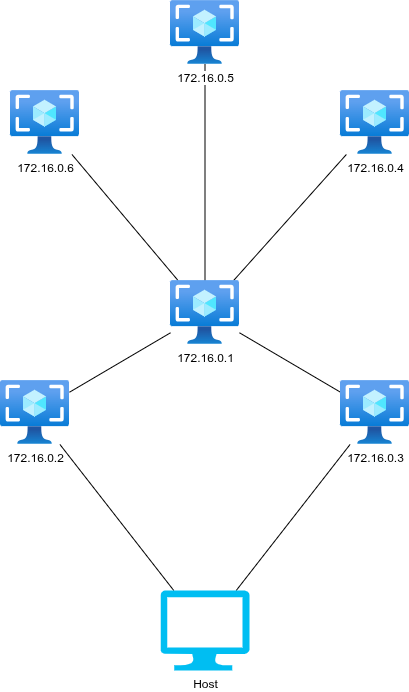
Above: project/container-network.png in ozneroL541/network-security (draw.io), before the change. Source tidied: cells renumbered, new cells last; positions are measured from the earlier drawing's top-left corner, leaving out a move shared by most shapes.
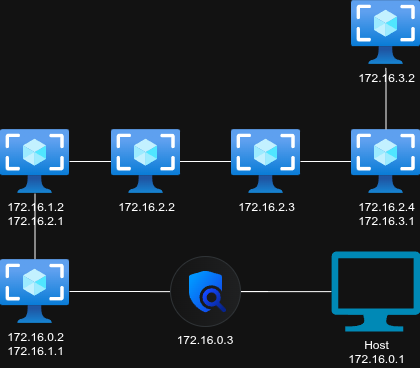
Later version of the same file.

The edit, as a diff of the source:
```diff
@@ -8,41 +8,50 @@
     <mxCell id="3" style="edgeStyle=none;curved=1;rounded=0;jettySize=auto;html=1;fontSize=12;startSize=8;endSize=8;endArrow=none;endFill=0;" parent="1" edge="1" source="5" target="11">
       <mxGeometry relative="1" as="geometry" />
     </mxCell>
-    <mxCell id="4" style="edgeStyle=none;curved=1;rounded=0;jettySize=auto;html=1;fontSize=12;startSize=8;endSize=8;endArrow=none;endFill=0;" parent="1" edge="1" source="5" target="10">
+    <mxCell id="4" style="edgeStyle=none;curved=1;rounded=0;jettySize=auto;html=1;fontSize=12;startSize=8;endSize=8;endArrow=none;endFill=0;" parent="1" edge="1" source="11" target="10">
       <mxGeometry relative="1" as="geometry" />
     </mxCell>
-    <mxCell id="5" value="172.16.0.1" style="image;html=1;points=[];align=center;fontSize=12;image=img/lib/azure2/compute/Images.svg;" parent="1" vertex="1">
-      <mxGeometry x="170" y="280" width="69" height="64" as="geometry" />
+    <mxCell id="5" value="172.16.1.2&lt;div&gt;172.16.2.1&lt;/div&gt;" style="image;html=1;points=[];align=center;fontSize=12;image=img/lib/azure2/compute/Images.svg;" parent="1" vertex="1">
+      <mxGeometry y="250" width="69" height="64" as="geometry" />
     </mxCell>
     <mxCell id="6" style="edgeStyle=none;curved=1;rounded=0;jettySize=auto;html=1;fontSize=12;startSize=8;endSize=8;endArrow=none;endFill=0;" parent="1" edge="1" source="7" target="5">
       <mxGeometry relative="1" as="geometry" />
     </mxCell>
-    <mxCell id="7" value="172.16.0.2" style="image;html=1;points=[];align=center;fontSize=12;image=img/lib/azure2/compute/Images.svg;" parent="1" vertex="1">
+    <mxCell id="7" value="172.16.0.2&lt;div&gt;172.16.1.1&lt;/div&gt;" style="image;html=1;points=[];align=center;fontSize=12;image=img/lib/azure2/compute/Images.svg;" parent="1" vertex="1">
       <mxGeometry y="380" width="69" height="64" as="geometry" />
     </mxCell>
-    <mxCell id="8" style="edgeStyle=none;curved=1;rounded=0;jettySize=auto;html=1;fontSize=12;startSize=8;endSize=8;endArrow=none;endFill=0;" parent="1" edge="1" source="9" target="5">
-      <mxGeometry relative="1" as="geometry" />
-    </mxCell>
+    <mxCell id="10" value="172.16.2.4&lt;div&gt;172.16.3.1&lt;/div&gt;" style="image;html=1;points=[];align=center;fontSize=12;image=img/lib/azure2/compute/Images.svg;" parent="1" vertex="1">
+      <mxGeometry x="351" y="250" width="69" height="64" as="geometry" />
+    </mxCell>
+    <mxCell id="14" style="edgeStyle=orthogonalEdgeStyle;rounded=0;jettySize=auto;html=1;endArrow=none;endFill=0;" parent="1" edge="1" source="15" target="9">
+      <mxGeometry relative="1" as="geometry" />
+    </mxCell>
+    <mxCell id="13" style="edgeStyle=orthogonalEdgeStyle;rounded=0;jettySize=auto;html=1;endArrow=none;endFill=0;" parent="1" edge="1" source="15" target="7">
+      <mxGeometry relative="1" as="geometry" />
+    </mxCell>
+    <mxCell id="15" value="Host&lt;div&gt;172.16.0.1&lt;/div&gt;" style="verticalLabelPosition=bottom;html=1;verticalAlign=top;align=center;strokeColor=none;fillColor=#00BEF2;shape=mxgraph.azure.computer;" parent="1" vertex="1">
+      <mxGeometry x="331" y="372" width="89" height="80.1" as="geometry" />
+    </mxCell>
-    <mxCell id="9" value="172.16.0.3" style="image;html=1;points=[];align=center;fontSize=12;image=img/lib/azure2/compute/Images.svg;" parent="1" vertex="1">
-      <mxGeometry x="340" y="380" width="69" height="64" as="geometry" />
+    <mxCell id="9" value="172.16.0.3" style="shape=mxgraph.sap.icon;labelPosition=center;verticalLabelPosition=bottom;align=center;verticalAlign=top;strokeWidth=1;strokeColor=#D5DADD;fillColor=#EDEFF0;gradientColor=#FCFCFC;gradientDirection=west;SAPIcon=Application_Vulnerability_Report;" parent="1" vertex="1">
+      <mxGeometry x="170" y="377" width="70" height="70" as="geometry" />
     </mxCell>
-    <mxCell id="10" value="172.16.0.4" style="image;html=1;points=[];align=center;fontSize=12;image=img/lib/azure2/compute/Images.svg;" parent="1" vertex="1">
-      <mxGeometry x="340" y="90" width="69" height="64" as="geometry" />
-    </mxCell>
+    <mxCell id="16" style="edgeStyle=none;curved=1;rounded=0;jettySize=auto;html=1;fontSize=12;startSize=8;endSize=8;endArrow=none;endFill=0;" parent="1" edge="1" source="5" target="12">
+      <mxGeometry relative="1" as="geometry" />
+    </mxCell>
+    <mxCell id="12" value="172.16.2.2" style="image;html=1;points=[];align=center;fontSize=12;image=img/lib/azure2/compute/Images.svg;" parent="1" vertex="1">
+      <mxGeometry x="111" y="250" width="69" height="64" as="geometry" />
+    </mxCell>
+    <mxCell id="17" style="edgeStyle=none;curved=1;rounded=0;jettySize=auto;html=1;fontSize=12;startSize=8;endSize=8;endArrow=none;endFill=0;" parent="1" edge="1" source="12" target="11">
+      <mxGeometry relative="1" as="geometry" />
+    </mxCell>
-    <mxCell id="11" value="172.16.0.5" style="image;html=1;points=[];align=center;fontSize=12;image=img/lib/azure2/compute/Images.svg;" parent="1" vertex="1">
-      <mxGeometry x="170" width="69" height="64" as="geometry" />
+    <mxCell id="11" value="172.16.2.3" style="image;html=1;points=[];align=center;fontSize=12;image=img/lib/azure2/compute/Images.svg;" parent="1" vertex="1">
+      <mxGeometry x="231" y="250" width="69" height="64" as="geometry" />
     </mxCell>
-    <mxCell id="12" value="172.16.0.6" style="image;html=1;points=[];align=center;fontSize=12;image=img/lib/azure2/compute/Images.svg;" parent="1" vertex="1">
-      <mxGeometry x="10" y="90" width="69" height="64" as="geometry" />
-    </mxCell>
-    <mxCell id="13" style="edgeStyle=none;curved=1;rounded=0;jettySize=auto;html=1;fontSize=12;startSize=8;endSize=8;endArrow=none;endFill=0;" parent="1" edge="1" source="15" target="7">
-      <mxGeometry relative="1" as="geometry" />
-    </mxCell>
-    <mxCell id="14" style="edgeStyle=none;curved=1;rounded=0;jettySize=auto;html=1;fontSize=12;startSize=8;endSize=8;endArrow=none;endFill=0;" parent="1" edge="1" source="15" target="9">
-      <mxGeometry relative="1" as="geometry" />
-    </mxCell>
-    <mxCell id="15" value="Host" style="verticalLabelPosition=bottom;html=1;verticalAlign=top;align=center;strokeColor=none;fillColor=#00BEF2;shape=mxgraph.azure.computer;" parent="1" vertex="1">
-      <mxGeometry x="160" y="590" width="89" height="80.1" as="geometry" />
-    </mxCell>
+    <mxCell id="18" value="172.16.3.2" style="image;html=1;points=[];align=center;fontSize=12;image=img/lib/azure2/compute/Images.svg;" parent="1" vertex="1">
+      <mxGeometry x="351" y="121" width="69" height="64" as="geometry" />
+    </mxCell>
+    <mxCell id="19" style="edgeStyle=orthogonalEdgeStyle;rounded=0;jettySize=auto;html=1;entryX=0.499;entryY=1.053;entryDx=0;entryDy=0;entryPerimeter=0;endArrow=none;endFill=0;" parent="1" edge="1" source="10" target="18">
+      <mxGeometry relative="1" as="geometry" />
+    </mxCell>
   </root>
 </mxGraphModel>
```
